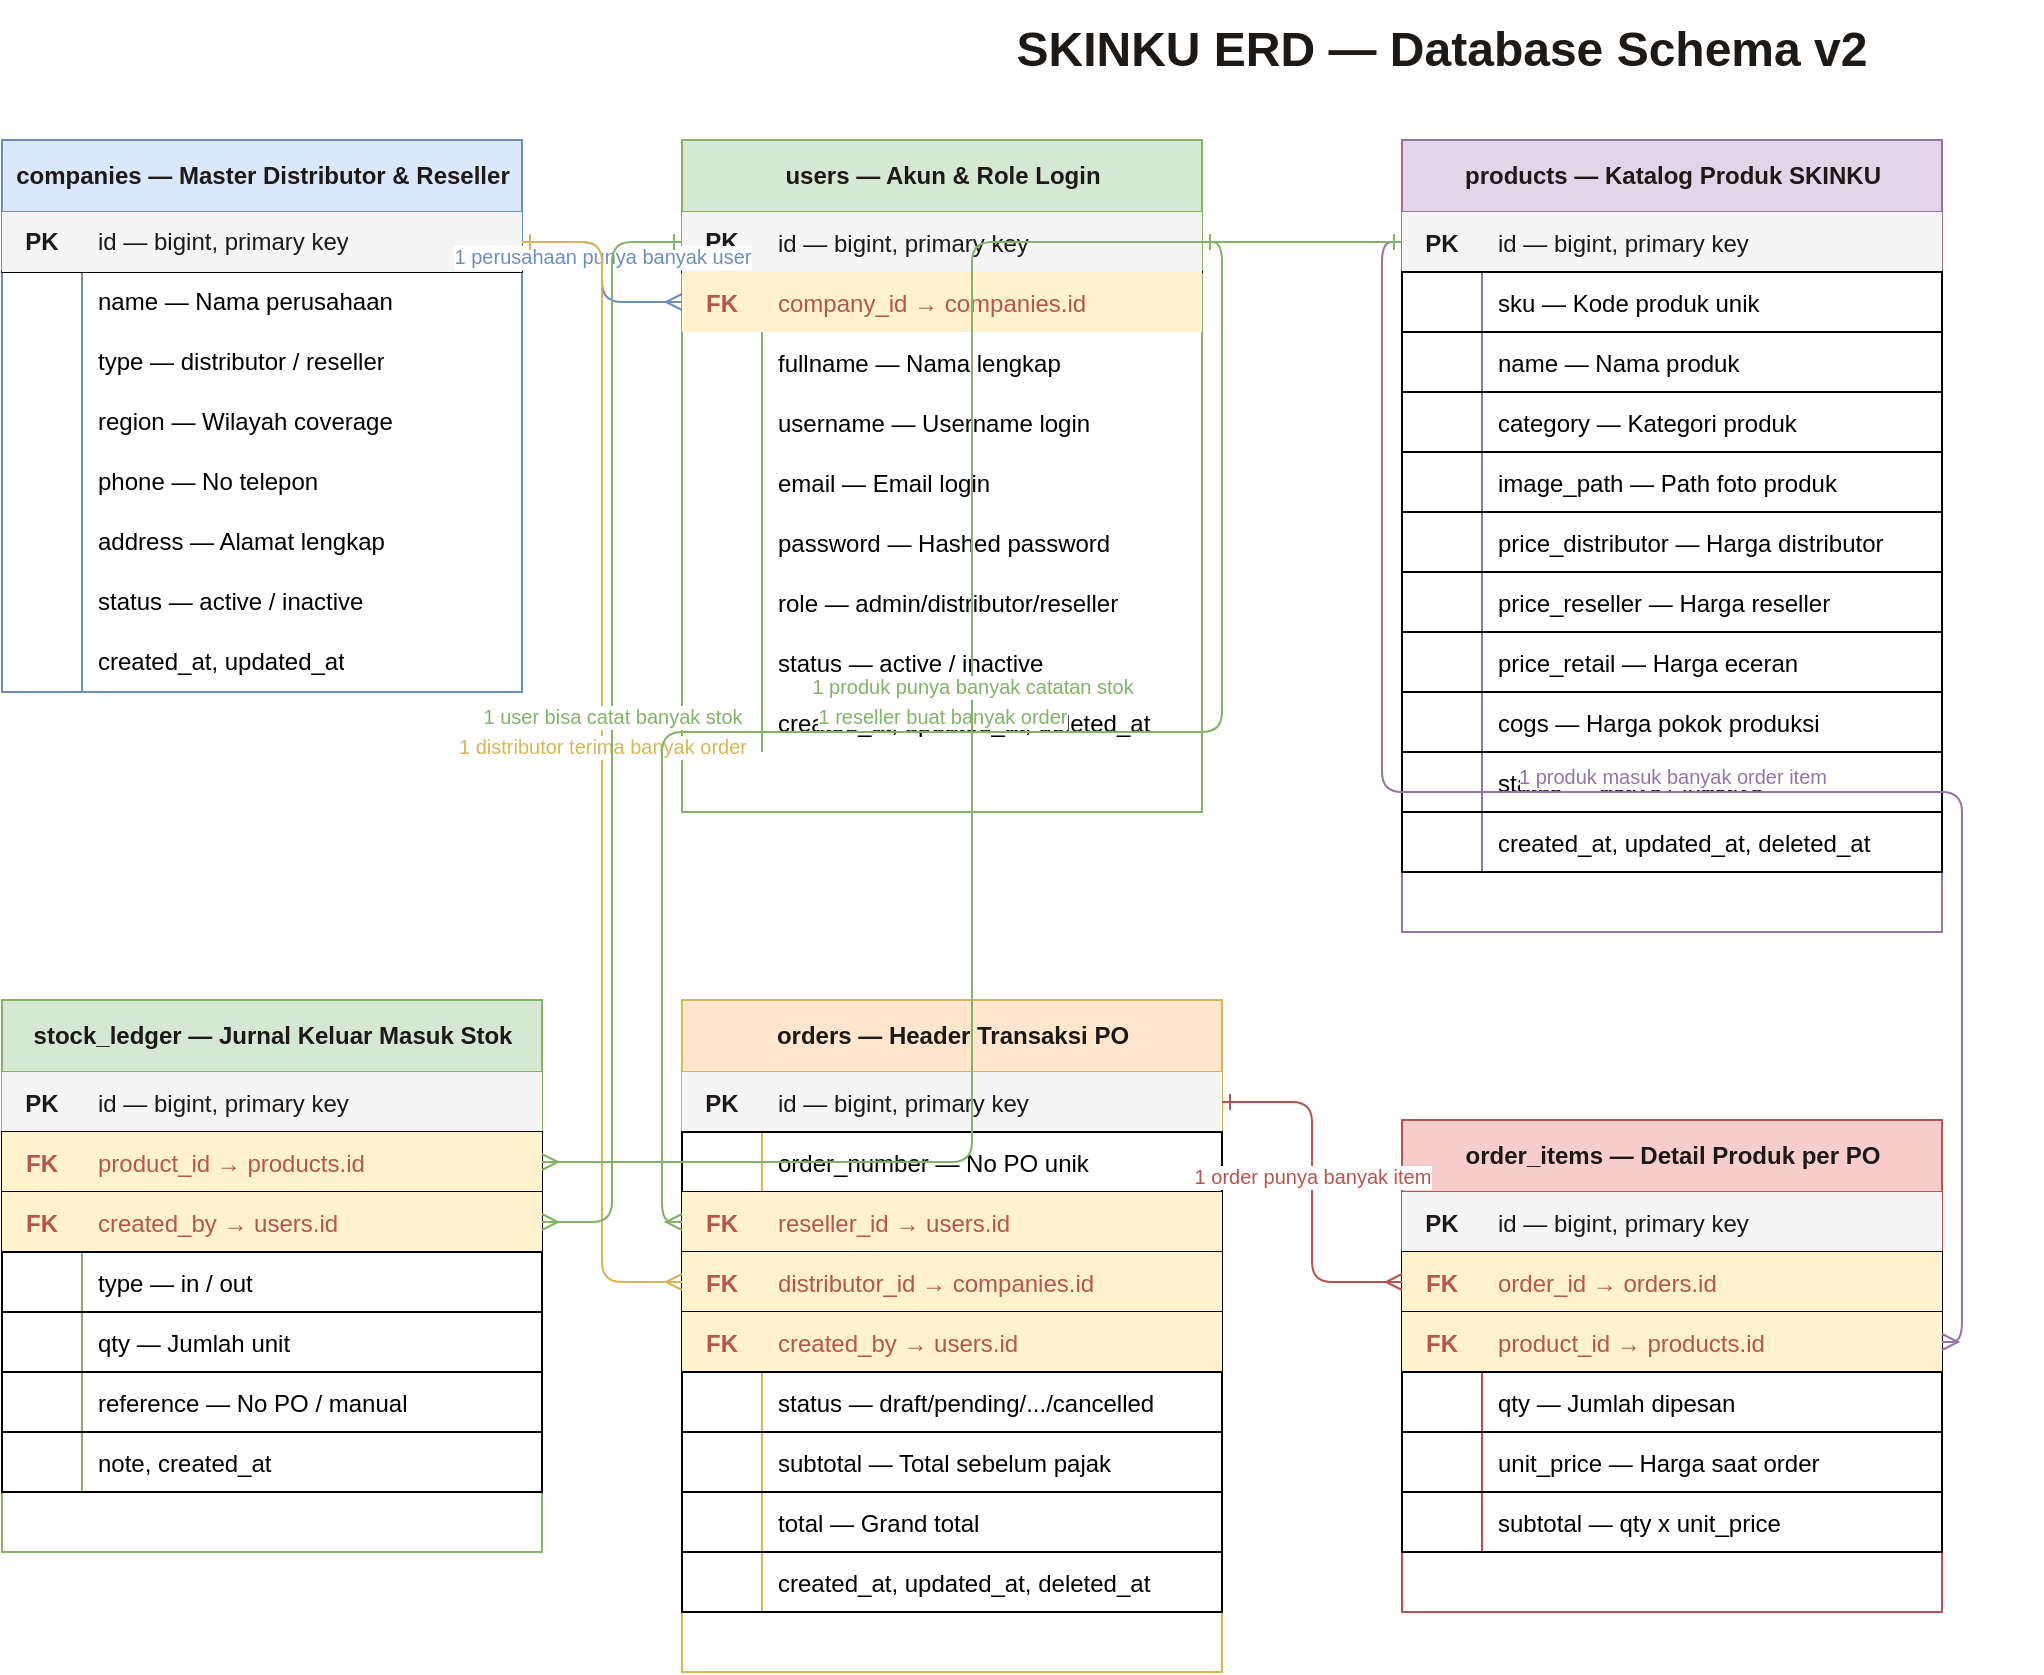
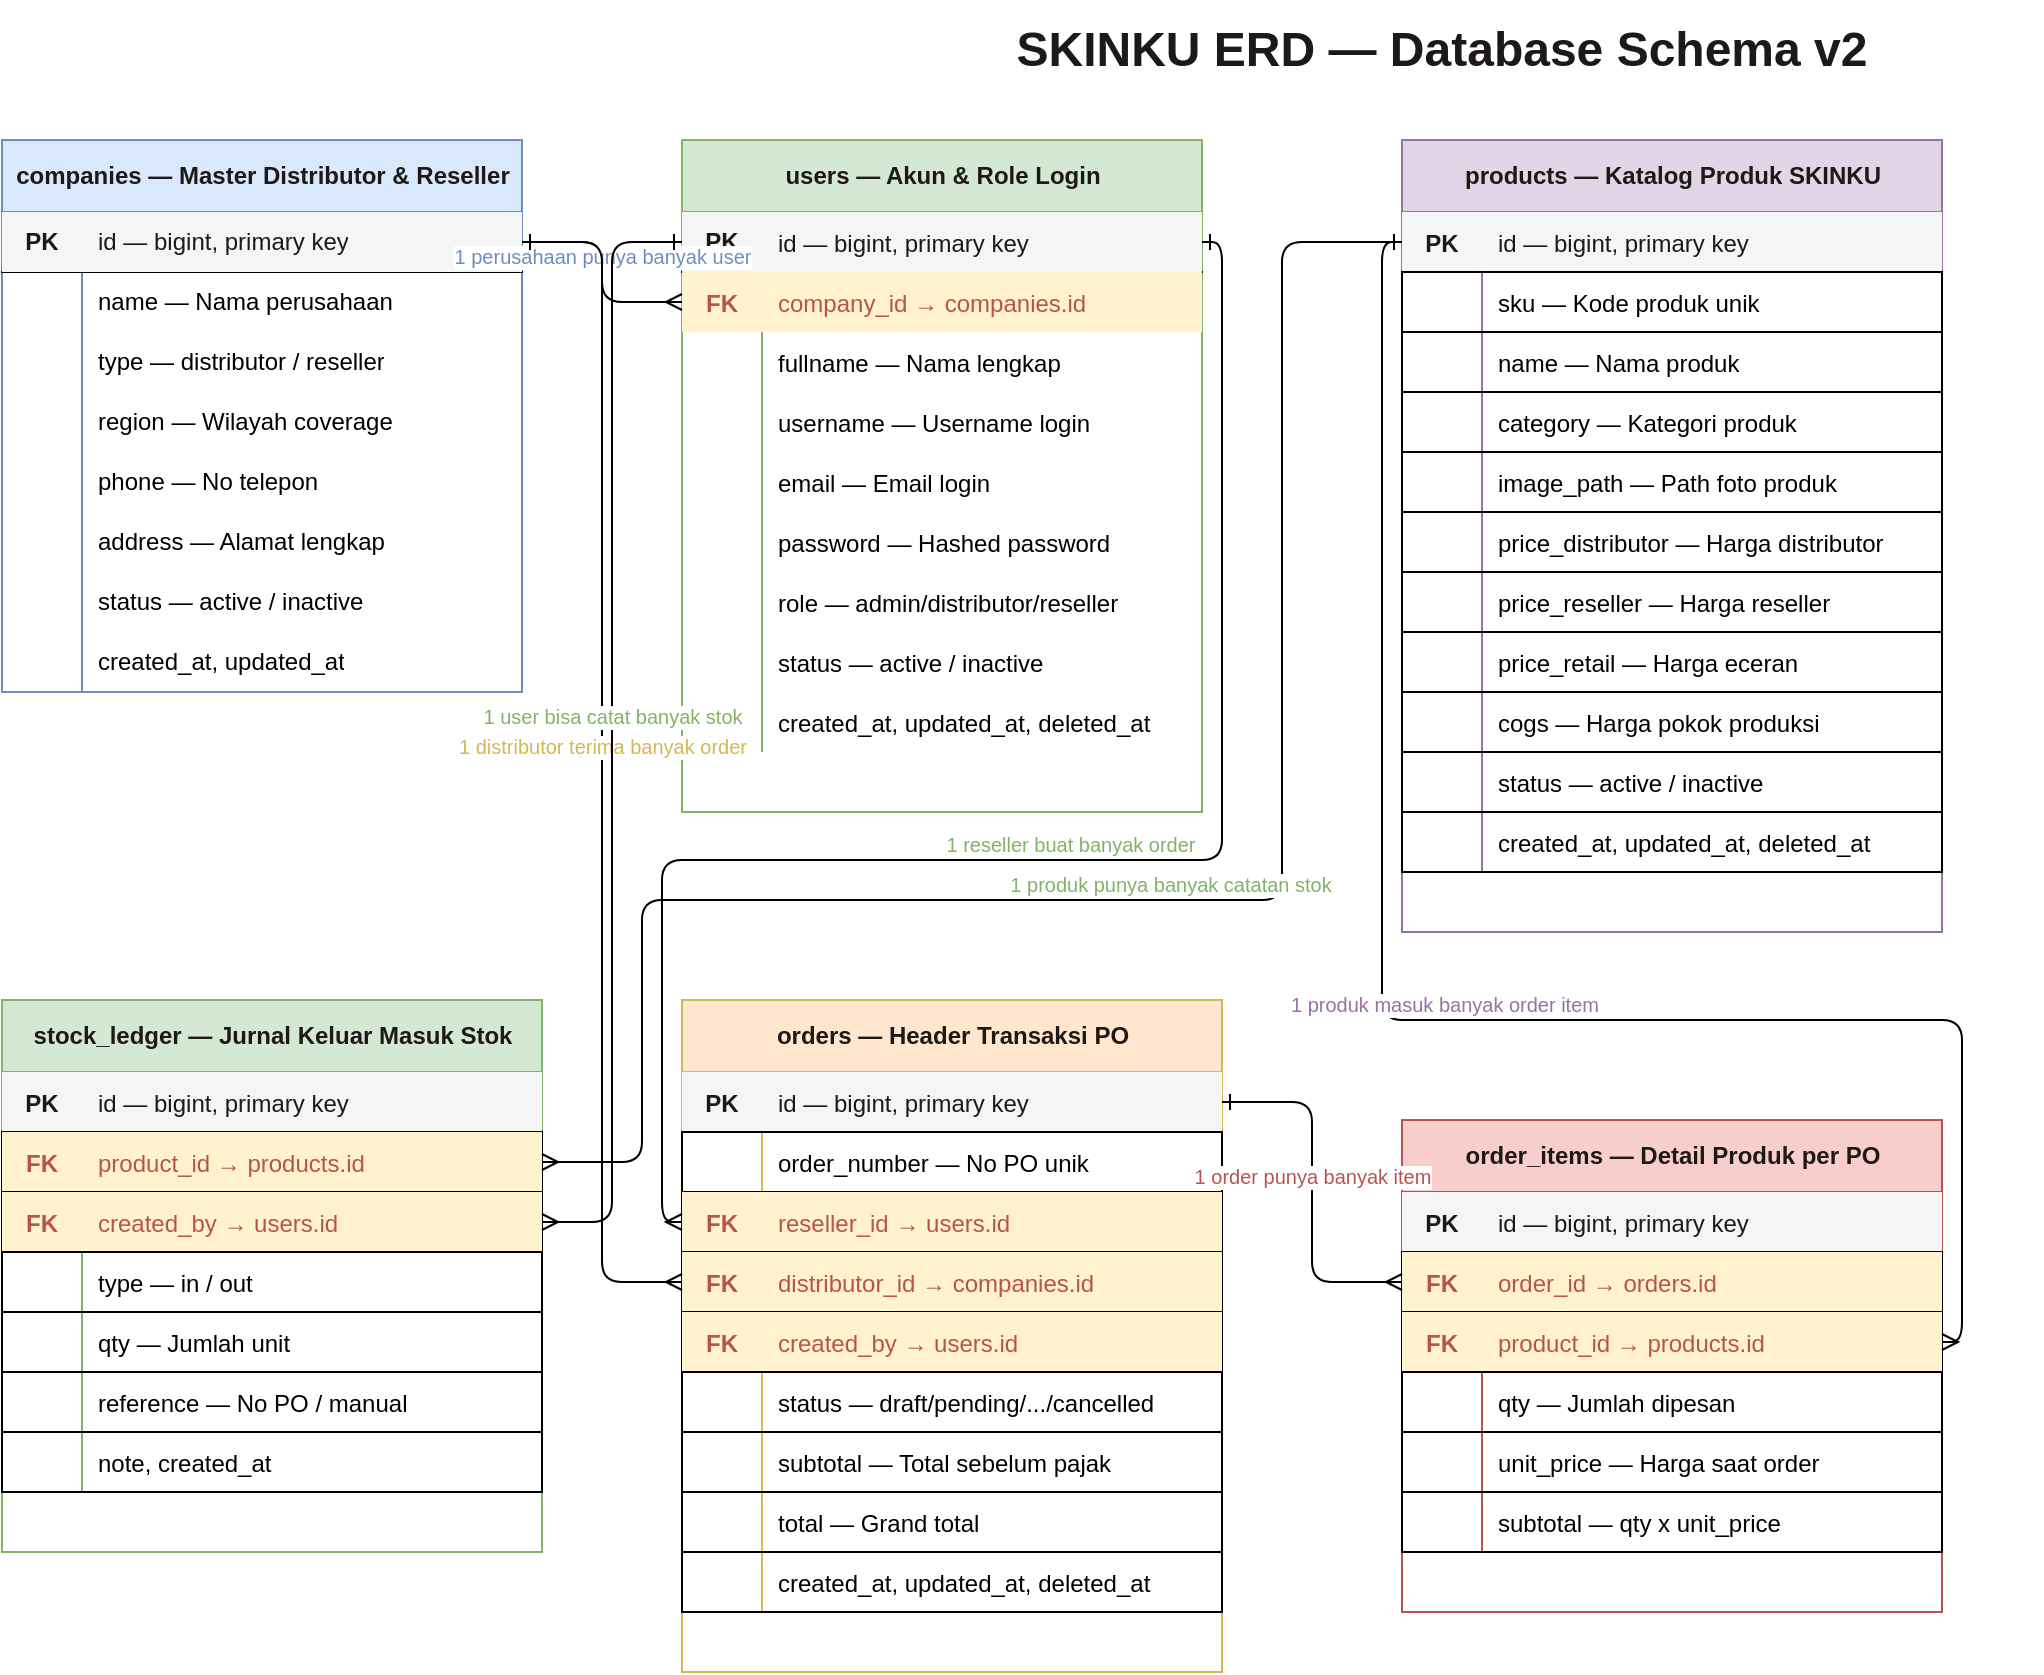
<mxfile host="app.diagrams.net">
  <diagram name="SKINKU ERD v2" id="skinku-erd-v2">
-     <mxGraphModel dx="819" dy="416" grid="1" gridSize="10" guides="1" tooltips="1" connect="1" arrows="1" fold="1" page="1" pageScale="1" pageWidth="1654" pageHeight="1169" math="0" shadow="0">
+     <mxGraphModel dx="691" dy="351" grid="1" gridSize="10" guides="1" tooltips="1" connect="1" arrows="1" fold="1" page="1" pageScale="1" pageWidth="1654" pageHeight="1169" math="0" shadow="0">
      <root>
        <mxCell id="0" />
        <mxCell id="1" parent="0" />
        <mxCell id="title" parent="1" style="text;html=1;strokeColor=none;fillColor=none;align=center;verticalAlign=middle;whiteSpace=wrap;rounded=0;fontSize=24;fontStyle=1;fontColor=#1C1917;" value="SKINKU ERD — Database Schema v2" vertex="1">
          <mxGeometry height="50" width="600" x="480" y="20" as="geometry" />
        </mxCell>
        <mxCell id="tbl_companies" parent="1" style="shape=table;startSize=36;container=1;collapsible=0;childLayout=tableLayout;fixedRows=1;rowLines=0;fontStyle=1;align=center;resizeLast=1;html=1;fillColor=#dae8fc;strokeColor=#6c8ebf;fontColor=#1C1917;fontSize=12;" value="companies — Master Distributor &amp; Reseller" vertex="1">
          <mxGeometry height="276" width="260" x="60" y="90" as="geometry" />
        </mxCell>
        <mxCell id="companies_id" parent="tbl_companies" style="shape=tableRow;horizontal=0;startSize=0;swimlaneHead=0;swimlaneBody=0;fillColor=#f5f5f5;collapsible=0;dropTarget=0;points=[[0,0.5],[1,0.5]];portConstraint=eastwest;top=0;left=0;right=0;bottom=1;" value="" vertex="1">
          <mxGeometry height="30" width="260" y="36" as="geometry" />
        </mxCell>
        <mxCell id="companies_id_pk" parent="companies_id" style="shape=partialRectangle;connectable=0;fillColor=#f5f5f5;top=0;left=0;bottom=0;right=0;fontStyle=1;overflow=hidden;whiteSpace=wrap;html=1;fontColor=#1C1917;" value="PK" vertex="1">
          <mxGeometry height="30" width="40" as="geometry">
            <mxRectangle height="30" width="40" as="alternateBounds" />
          </mxGeometry>
        </mxCell>
        <mxCell id="companies_id_val" parent="companies_id" style="shape=partialRectangle;connectable=0;fillColor=#f5f5f5;top=0;left=0;bottom=0;right=0;align=left;spacingLeft=6;overflow=hidden;whiteSpace=wrap;html=1;fontColor=#1C1917;" value="id — bigint, primary key" vertex="1">
          <mxGeometry height="30" width="220" x="40" as="geometry">
            <mxRectangle height="30" width="220" as="alternateBounds" />
          </mxGeometry>
        </mxCell>
        <mxCell id="companies_name_row" parent="tbl_companies" style="shape=tableRow;horizontal=0;startSize=0;swimlaneHead=0;swimlaneBody=0;fillColor=none;collapsible=0;dropTarget=0;points=[[0,0.5],[1,0.5]];portConstraint=eastwest;top=0;left=0;right=0;bottom=0;" value="" vertex="1">
          <mxGeometry height="30" width="260" y="66" as="geometry" />
        </mxCell>
        <mxCell id="c1" parent="companies_name_row" style="shape=partialRectangle;connectable=0;fillColor=none;top=0;left=0;bottom=0;right=0;overflow=hidden;" value="" vertex="1">
          <mxGeometry height="30" width="40" as="geometry">
            <mxRectangle height="30" width="40" as="alternateBounds" />
          </mxGeometry>
        </mxCell>
        <mxCell id="c2" parent="companies_name_row" style="shape=partialRectangle;connectable=0;fillColor=none;top=0;left=0;bottom=0;right=0;align=left;spacingLeft=6;overflow=hidden;whiteSpace=wrap;html=1;" value="name — Nama perusahaan" vertex="1">
          <mxGeometry height="30" width="220" x="40" as="geometry">
            <mxRectangle height="30" width="220" as="alternateBounds" />
          </mxGeometry>
        </mxCell>
        <mxCell id="companies_type_row" parent="tbl_companies" style="shape=tableRow;horizontal=0;startSize=0;swimlaneHead=0;swimlaneBody=0;fillColor=none;collapsible=0;dropTarget=0;points=[[0,0.5],[1,0.5]];portConstraint=eastwest;top=0;left=0;right=0;bottom=0;" value="" vertex="1">
          <mxGeometry height="30" width="260" y="96" as="geometry" />
        </mxCell>
        <mxCell id="c3" parent="companies_type_row" style="shape=partialRectangle;connectable=0;fillColor=none;top=0;left=0;bottom=0;right=0;overflow=hidden;" value="" vertex="1">
          <mxGeometry height="30" width="40" as="geometry">
            <mxRectangle height="30" width="40" as="alternateBounds" />
          </mxGeometry>
        </mxCell>
        <mxCell id="c4" parent="companies_type_row" style="shape=partialRectangle;connectable=0;fillColor=none;top=0;left=0;bottom=0;right=0;align=left;spacingLeft=6;overflow=hidden;whiteSpace=wrap;html=1;" value="type — distributor / reseller" vertex="1">
          <mxGeometry height="30" width="220" x="40" as="geometry">
            <mxRectangle height="30" width="220" as="alternateBounds" />
          </mxGeometry>
        </mxCell>
        <mxCell id="companies_region_row" parent="tbl_companies" style="shape=tableRow;horizontal=0;startSize=0;swimlaneHead=0;swimlaneBody=0;fillColor=none;collapsible=0;dropTarget=0;points=[[0,0.5],[1,0.5]];portConstraint=eastwest;top=0;left=0;right=0;bottom=0;" value="" vertex="1">
          <mxGeometry height="30" width="260" y="126" as="geometry" />
        </mxCell>
        <mxCell id="c5" parent="companies_region_row" style="shape=partialRectangle;connectable=0;fillColor=none;top=0;left=0;bottom=0;right=0;overflow=hidden;" value="" vertex="1">
          <mxGeometry height="30" width="40" as="geometry">
            <mxRectangle height="30" width="40" as="alternateBounds" />
          </mxGeometry>
        </mxCell>
        <mxCell id="c6" parent="companies_region_row" style="shape=partialRectangle;connectable=0;fillColor=none;top=0;left=0;bottom=0;right=0;align=left;spacingLeft=6;overflow=hidden;whiteSpace=wrap;html=1;" value="region — Wilayah coverage" vertex="1">
          <mxGeometry height="30" width="220" x="40" as="geometry">
            <mxRectangle height="30" width="220" as="alternateBounds" />
          </mxGeometry>
        </mxCell>
        <mxCell id="companies_phone_row" parent="tbl_companies" style="shape=tableRow;horizontal=0;startSize=0;swimlaneHead=0;swimlaneBody=0;fillColor=none;collapsible=0;dropTarget=0;points=[[0,0.5],[1,0.5]];portConstraint=eastwest;top=0;left=0;right=0;bottom=0;" value="" vertex="1">
          <mxGeometry height="30" width="260" y="156" as="geometry" />
        </mxCell>
        <mxCell id="c7" parent="companies_phone_row" style="shape=partialRectangle;connectable=0;fillColor=none;top=0;left=0;bottom=0;right=0;overflow=hidden;" value="" vertex="1">
          <mxGeometry height="30" width="40" as="geometry">
            <mxRectangle height="30" width="40" as="alternateBounds" />
          </mxGeometry>
        </mxCell>
        <mxCell id="c8" parent="companies_phone_row" style="shape=partialRectangle;connectable=0;fillColor=none;top=0;left=0;bottom=0;right=0;align=left;spacingLeft=6;overflow=hidden;whiteSpace=wrap;html=1;" value="phone — No telepon" vertex="1">
          <mxGeometry height="30" width="220" x="40" as="geometry">
            <mxRectangle height="30" width="220" as="alternateBounds" />
          </mxGeometry>
        </mxCell>
        <mxCell id="companies_address_row" parent="tbl_companies" style="shape=tableRow;horizontal=0;startSize=0;swimlaneHead=0;swimlaneBody=0;fillColor=none;collapsible=0;dropTarget=0;points=[[0,0.5],[1,0.5]];portConstraint=eastwest;top=0;left=0;right=0;bottom=0;" value="" vertex="1">
          <mxGeometry height="30" width="260" y="186" as="geometry" />
        </mxCell>
        <mxCell id="c9" parent="companies_address_row" style="shape=partialRectangle;connectable=0;fillColor=none;top=0;left=0;bottom=0;right=0;overflow=hidden;" value="" vertex="1">
          <mxGeometry height="30" width="40" as="geometry">
            <mxRectangle height="30" width="40" as="alternateBounds" />
          </mxGeometry>
        </mxCell>
        <mxCell id="c10" parent="companies_address_row" style="shape=partialRectangle;connectable=0;fillColor=none;top=0;left=0;bottom=0;right=0;align=left;spacingLeft=6;overflow=hidden;whiteSpace=wrap;html=1;" value="address — Alamat lengkap" vertex="1">
          <mxGeometry height="30" width="220" x="40" as="geometry">
            <mxRectangle height="30" width="220" as="alternateBounds" />
          </mxGeometry>
        </mxCell>
        <mxCell id="companies_status_row" parent="tbl_companies" style="shape=tableRow;horizontal=0;startSize=0;swimlaneHead=0;swimlaneBody=0;fillColor=none;collapsible=0;dropTarget=0;points=[[0,0.5],[1,0.5]];portConstraint=eastwest;top=0;left=0;right=0;bottom=0;" value="" vertex="1">
          <mxGeometry height="30" width="260" y="216" as="geometry" />
        </mxCell>
        <mxCell id="c11" parent="companies_status_row" style="shape=partialRectangle;connectable=0;fillColor=none;top=0;left=0;bottom=0;right=0;overflow=hidden;" value="" vertex="1">
          <mxGeometry height="30" width="40" as="geometry">
            <mxRectangle height="30" width="40" as="alternateBounds" />
          </mxGeometry>
        </mxCell>
        <mxCell id="c12" parent="companies_status_row" style="shape=partialRectangle;connectable=0;fillColor=none;top=0;left=0;bottom=0;right=0;align=left;spacingLeft=6;overflow=hidden;whiteSpace=wrap;html=1;" value="status — active / inactive" vertex="1">
          <mxGeometry height="30" width="220" x="40" as="geometry">
            <mxRectangle height="30" width="220" as="alternateBounds" />
          </mxGeometry>
        </mxCell>
        <mxCell id="companies_ts_row" parent="tbl_companies" style="shape=tableRow;horizontal=0;startSize=0;swimlaneHead=0;swimlaneBody=0;fillColor=none;collapsible=0;dropTarget=0;points=[[0,0.5],[1,0.5]];portConstraint=eastwest;top=0;left=0;right=0;bottom=0;" value="" vertex="1">
          <mxGeometry height="30" width="260" y="246" as="geometry" />
        </mxCell>
        <mxCell id="c13" parent="companies_ts_row" style="shape=partialRectangle;connectable=0;fillColor=none;top=0;left=0;bottom=0;right=0;overflow=hidden;" value="" vertex="1">
          <mxGeometry height="30" width="40" as="geometry">
            <mxRectangle height="30" width="40" as="alternateBounds" />
          </mxGeometry>
        </mxCell>
        <mxCell id="c14" parent="companies_ts_row" style="shape=partialRectangle;connectable=0;fillColor=none;top=0;left=0;bottom=0;right=0;align=left;spacingLeft=6;overflow=hidden;whiteSpace=wrap;html=1;" value="created_at, updated_at" vertex="1">
          <mxGeometry height="30" width="220" x="40" as="geometry">
            <mxRectangle height="30" width="220" as="alternateBounds" />
          </mxGeometry>
        </mxCell>
        <mxCell id="tbl_users" parent="1" style="shape=table;startSize=36;container=1;collapsible=0;childLayout=tableLayout;fixedRows=1;rowLines=0;fontStyle=1;align=center;resizeLast=1;html=1;fillColor=#d5e8d4;strokeColor=#82b366;fontColor=#1C1917;fontSize=12;" value="users — Akun &amp; Role Login" vertex="1">
          <mxGeometry height="336" width="260" x="400" y="90" as="geometry" />
        </mxCell>
        <mxCell id="users_id_row" parent="tbl_users" style="shape=tableRow;horizontal=0;startSize=0;swimlaneHead=0;swimlaneBody=0;fillColor=#f5f5f5;collapsible=0;dropTarget=0;points=[[0,0.5],[1,0.5]];portConstraint=eastwest;top=0;left=0;right=0;bottom=1;" value="" vertex="1">
          <mxGeometry height="30" width="260" y="36" as="geometry" />
        </mxCell>
        <mxCell id="u_pk" parent="users_id_row" style="shape=partialRectangle;connectable=0;fillColor=#f5f5f5;top=0;left=0;bottom=0;right=0;fontStyle=1;overflow=hidden;whiteSpace=wrap;html=1;fontColor=#1C1917;" value="PK" vertex="1">
          <mxGeometry height="30" width="40" as="geometry">
            <mxRectangle height="30" width="40" as="alternateBounds" />
          </mxGeometry>
        </mxCell>
        <mxCell id="u_pk_val" parent="users_id_row" style="shape=partialRectangle;connectable=0;fillColor=#f5f5f5;top=0;left=0;bottom=0;right=0;align=left;spacingLeft=6;overflow=hidden;fontColor=#1C1917;" value="id — bigint, primary key" vertex="1">
          <mxGeometry height="30" width="220" x="40" as="geometry">
            <mxRectangle height="30" width="220" as="alternateBounds" />
          </mxGeometry>
        </mxCell>
        <mxCell id="users_cid_row" parent="tbl_users" style="shape=tableRow;horizontal=0;startSize=0;swimlaneHead=0;swimlaneBody=0;fillColor=#fff2cc;collapsible=0;dropTarget=0;points=[[0,0.5],[1,0.5]];portConstraint=eastwest;top=0;left=0;right=0;bottom=0;" value="" vertex="1">
          <mxGeometry height="30" width="260" y="66" as="geometry" />
        </mxCell>
        <mxCell id="u_fk1" parent="users_cid_row" style="shape=partialRectangle;connectable=0;fillColor=#fff2cc;top=0;left=0;bottom=0;right=0;fontStyle=1;overflow=hidden;fontColor=#b85450;" value="FK" vertex="1">
          <mxGeometry height="30" width="40" as="geometry">
            <mxRectangle height="30" width="40" as="alternateBounds" />
          </mxGeometry>
        </mxCell>
        <mxCell id="u_fk1_val" parent="users_cid_row" style="shape=partialRectangle;connectable=0;fillColor=#fff2cc;top=0;left=0;bottom=0;right=0;align=left;spacingLeft=6;overflow=hidden;fontColor=#b85450;" value="company_id → companies.id" vertex="1">
          <mxGeometry height="30" width="220" x="40" as="geometry">
            <mxRectangle height="30" width="220" as="alternateBounds" />
          </mxGeometry>
        </mxCell>
        <mxCell id="u_fn_row" parent="tbl_users" style="shape=tableRow;horizontal=0;startSize=0;swimlaneHead=0;swimlaneBody=0;fillColor=none;collapsible=0;dropTarget=0;points=[[0,0.5],[1,0.5]];portConstraint=eastwest;top=0;left=0;right=0;bottom=0;" value="" vertex="1">
          <mxGeometry height="30" width="260" y="96" as="geometry" />
        </mxCell>
        <mxCell id="uf1" parent="u_fn_row" style="shape=partialRectangle;connectable=0;fillColor=none;top=0;left=0;bottom=0;right=0;overflow=hidden;" value="" vertex="1">
          <mxGeometry height="30" width="40" as="geometry">
            <mxRectangle height="30" width="40" as="alternateBounds" />
          </mxGeometry>
        </mxCell>
        <mxCell id="uf1_val" parent="u_fn_row" style="shape=partialRectangle;connectable=0;fillColor=none;top=0;left=0;bottom=0;right=0;align=left;spacingLeft=6;overflow=hidden;" value="fullname — Nama lengkap" vertex="1">
          <mxGeometry height="30" width="220" x="40" as="geometry">
            <mxRectangle height="30" width="220" as="alternateBounds" />
          </mxGeometry>
        </mxCell>
        <mxCell id="u_un_row" parent="tbl_users" style="shape=tableRow;horizontal=0;startSize=0;swimlaneHead=0;swimlaneBody=0;fillColor=none;collapsible=0;dropTarget=0;points=[[0,0.5],[1,0.5]];portConstraint=eastwest;top=0;left=0;right=0;bottom=0;" value="" vertex="1">
          <mxGeometry height="30" width="260" y="126" as="geometry" />
        </mxCell>
        <mxCell id="uf2" parent="u_un_row" style="shape=partialRectangle;connectable=0;fillColor=none;top=0;left=0;bottom=0;right=0;overflow=hidden;" value="" vertex="1">
          <mxGeometry height="30" width="40" as="geometry">
            <mxRectangle height="30" width="40" as="alternateBounds" />
          </mxGeometry>
        </mxCell>
        <mxCell id="uf2_val" parent="u_un_row" style="shape=partialRectangle;connectable=0;fillColor=none;top=0;left=0;bottom=0;right=0;align=left;spacingLeft=6;overflow=hidden;" value="username — Username login" vertex="1">
          <mxGeometry height="30" width="220" x="40" as="geometry">
            <mxRectangle height="30" width="220" as="alternateBounds" />
          </mxGeometry>
        </mxCell>
        <mxCell id="u_em_row" parent="tbl_users" style="shape=tableRow;horizontal=0;startSize=0;swimlaneHead=0;swimlaneBody=0;fillColor=none;collapsible=0;dropTarget=0;points=[[0,0.5],[1,0.5]];portConstraint=eastwest;top=0;left=0;right=0;bottom=0;" value="" vertex="1">
          <mxGeometry height="30" width="260" y="156" as="geometry" />
        </mxCell>
        <mxCell id="uf3" parent="u_em_row" style="shape=partialRectangle;connectable=0;fillColor=none;top=0;left=0;bottom=0;right=0;overflow=hidden;" value="" vertex="1">
          <mxGeometry height="30" width="40" as="geometry">
            <mxRectangle height="30" width="40" as="alternateBounds" />
          </mxGeometry>
        </mxCell>
        <mxCell id="uf3_val" parent="u_em_row" style="shape=partialRectangle;connectable=0;fillColor=none;top=0;left=0;bottom=0;right=0;align=left;spacingLeft=6;overflow=hidden;" value="email — Email login" vertex="1">
          <mxGeometry height="30" width="220" x="40" as="geometry">
            <mxRectangle height="30" width="220" as="alternateBounds" />
          </mxGeometry>
        </mxCell>
        <mxCell id="u_pw_row" parent="tbl_users" style="shape=tableRow;horizontal=0;startSize=0;swimlaneHead=0;swimlaneBody=0;fillColor=none;collapsible=0;dropTarget=0;points=[[0,0.5],[1,0.5]];portConstraint=eastwest;top=0;left=0;right=0;bottom=0;" value="" vertex="1">
          <mxGeometry height="30" width="260" y="186" as="geometry" />
        </mxCell>
        <mxCell id="uf4" parent="u_pw_row" style="shape=partialRectangle;connectable=0;fillColor=none;top=0;left=0;bottom=0;right=0;overflow=hidden;" value="" vertex="1">
          <mxGeometry height="30" width="40" as="geometry">
            <mxRectangle height="30" width="40" as="alternateBounds" />
          </mxGeometry>
        </mxCell>
        <mxCell id="uf4_val" parent="u_pw_row" style="shape=partialRectangle;connectable=0;fillColor=none;top=0;left=0;bottom=0;right=0;align=left;spacingLeft=6;overflow=hidden;" value="password — Hashed password" vertex="1">
          <mxGeometry height="30" width="220" x="40" as="geometry">
            <mxRectangle height="30" width="220" as="alternateBounds" />
          </mxGeometry>
        </mxCell>
        <mxCell id="u_role_row" parent="tbl_users" style="shape=tableRow;horizontal=0;startSize=0;swimlaneHead=0;swimlaneBody=0;fillColor=none;collapsible=0;dropTarget=0;points=[[0,0.5],[1,0.5]];portConstraint=eastwest;top=0;left=0;right=0;bottom=0;" value="" vertex="1">
          <mxGeometry height="30" width="260" y="216" as="geometry" />
        </mxCell>
        <mxCell id="uf5" parent="u_role_row" style="shape=partialRectangle;connectable=0;fillColor=none;top=0;left=0;bottom=0;right=0;overflow=hidden;" value="" vertex="1">
          <mxGeometry height="30" width="40" as="geometry">
            <mxRectangle height="30" width="40" as="alternateBounds" />
          </mxGeometry>
        </mxCell>
        <mxCell id="uf5_val" parent="u_role_row" style="shape=partialRectangle;connectable=0;fillColor=none;top=0;left=0;bottom=0;right=0;align=left;spacingLeft=6;overflow=hidden;" value="role — admin/distributor/reseller" vertex="1">
          <mxGeometry height="30" width="220" x="40" as="geometry">
            <mxRectangle height="30" width="220" as="alternateBounds" />
          </mxGeometry>
        </mxCell>
        <mxCell id="u_status_row" parent="tbl_users" style="shape=tableRow;horizontal=0;startSize=0;swimlaneHead=0;swimlaneBody=0;fillColor=none;collapsible=0;dropTarget=0;points=[[0,0.5],[1,0.5]];portConstraint=eastwest;top=0;left=0;right=0;bottom=0;" value="" vertex="1">
          <mxGeometry height="30" width="260" y="246" as="geometry" />
        </mxCell>
        <mxCell id="uf6" parent="u_status_row" style="shape=partialRectangle;connectable=0;fillColor=none;top=0;left=0;bottom=0;right=0;overflow=hidden;" value="" vertex="1">
          <mxGeometry height="30" width="40" as="geometry">
            <mxRectangle height="30" width="40" as="alternateBounds" />
          </mxGeometry>
        </mxCell>
        <mxCell id="uf6_val" parent="u_status_row" style="shape=partialRectangle;connectable=0;fillColor=none;top=0;left=0;bottom=0;right=0;align=left;spacingLeft=6;overflow=hidden;" value="status — active / inactive" vertex="1">
          <mxGeometry height="30" width="220" x="40" as="geometry">
            <mxRectangle height="30" width="220" as="alternateBounds" />
          </mxGeometry>
        </mxCell>
        <mxCell id="u_ts_row" parent="tbl_users" style="shape=tableRow;horizontal=0;startSize=0;swimlaneHead=0;swimlaneBody=0;fillColor=none;collapsible=0;dropTarget=0;points=[[0,0.5],[1,0.5]];portConstraint=eastwest;top=0;left=0;right=0;bottom=0;" value="" vertex="1">
          <mxGeometry height="30" width="260" y="276" as="geometry" />
        </mxCell>
        <mxCell id="uf7" parent="u_ts_row" style="shape=partialRectangle;connectable=0;fillColor=none;top=0;left=0;bottom=0;right=0;overflow=hidden;" value="" vertex="1">
          <mxGeometry height="30" width="40" as="geometry">
            <mxRectangle height="30" width="40" as="alternateBounds" />
          </mxGeometry>
        </mxCell>
        <mxCell id="uf7_val" parent="u_ts_row" style="shape=partialRectangle;connectable=0;fillColor=none;top=0;left=0;bottom=0;right=0;align=left;spacingLeft=6;overflow=hidden;" value="created_at, updated_at, deleted_at" vertex="1">
          <mxGeometry height="30" width="220" x="40" as="geometry">
            <mxRectangle height="30" width="220" as="alternateBounds" />
          </mxGeometry>
        </mxCell>
        <mxCell id="tbl_products" parent="1" style="shape=table;startSize=36;container=1;collapsible=0;childLayout=tableLayout;fixedRows=1;rowLines=0;fontStyle=1;align=center;resizeLast=1;html=1;fillColor=#e1d5e7;strokeColor=#9673a6;fontColor=#1C1917;fontSize=12;" value="products — Katalog Produk SKINKU" vertex="1">
          <mxGeometry height="396" width="270" x="760" y="90" as="geometry" />
        </mxCell>
        <mxCell id="prod_id_row" parent="tbl_products" style="shape=tableRow;horizontal=0;startSize=0;swimlaneHead=0;swimlaneBody=0;fillColor=#f5f5f5;collapsible=0;dropTarget=0;points=[[0,0.5],[1,0.5]];portConstraint=eastwest;top=0;left=0;right=0;bottom=1;" value="" vertex="1">
          <mxGeometry height="30" width="270" y="36" as="geometry" />
        </mxCell>
        <mxCell id="prod_pk" parent="prod_id_row" style="shape=partialRectangle;connectable=0;fillColor=#f5f5f5;top=0;left=0;bottom=0;right=0;fontStyle=1;overflow=hidden;fontColor=#1C1917;" value="PK" vertex="1">
          <mxGeometry height="30" width="40" as="geometry">
            <mxRectangle height="30" width="40" as="alternateBounds" />
          </mxGeometry>
        </mxCell>
        <mxCell id="prod_pk_val" parent="prod_id_row" style="shape=partialRectangle;connectable=0;fillColor=#f5f5f5;top=0;left=0;bottom=0;right=0;align=left;spacingLeft=6;overflow=hidden;fontColor=#1C1917;" value="id — bigint, primary key" vertex="1">
          <mxGeometry height="30" width="230" x="40" as="geometry">
            <mxRectangle height="30" width="230" as="alternateBounds" />
          </mxGeometry>
        </mxCell>
        <mxCell id="pr1" parent="tbl_products" style="shape=tableRow;horizontal=0;startSize=0;swimlaneHead=0;swimlaneBody=0;fillColor=none;collapsible=0;dropTarget=0;points=[[0,0.5],[1,0.5]];portConstraint=eastwest;" value="" vertex="1">
          <mxGeometry height="30" width="270" y="66" as="geometry" />
        </mxCell>
        <mxCell id="pr1a" parent="pr1" style="shape=partialRectangle;connectable=0;fillColor=none;top=0;left=0;bottom=0;right=0;overflow=hidden;" value="" vertex="1">
          <mxGeometry height="30" width="40" as="geometry">
            <mxRectangle height="30" width="40" as="alternateBounds" />
          </mxGeometry>
        </mxCell>
        <mxCell id="pr1b" parent="pr1" style="shape=partialRectangle;connectable=0;fillColor=none;top=0;left=0;bottom=0;right=0;align=left;spacingLeft=6;overflow=hidden;" value="sku — Kode produk unik" vertex="1">
          <mxGeometry height="30" width="230" x="40" as="geometry">
            <mxRectangle height="30" width="230" as="alternateBounds" />
          </mxGeometry>
        </mxCell>
        <mxCell id="pr2" parent="tbl_products" style="shape=tableRow;horizontal=0;startSize=0;swimlaneHead=0;swimlaneBody=0;fillColor=none;collapsible=0;dropTarget=0;points=[[0,0.5],[1,0.5]];portConstraint=eastwest;" value="" vertex="1">
          <mxGeometry height="30" width="270" y="96" as="geometry" />
        </mxCell>
        <mxCell id="pr2a" parent="pr2" style="shape=partialRectangle;connectable=0;fillColor=none;top=0;left=0;bottom=0;right=0;overflow=hidden;" value="" vertex="1">
          <mxGeometry height="30" width="40" as="geometry">
            <mxRectangle height="30" width="40" as="alternateBounds" />
          </mxGeometry>
        </mxCell>
        <mxCell id="pr2b" parent="pr2" style="shape=partialRectangle;connectable=0;fillColor=none;top=0;left=0;bottom=0;right=0;align=left;spacingLeft=6;overflow=hidden;" value="name — Nama produk" vertex="1">
          <mxGeometry height="30" width="230" x="40" as="geometry">
            <mxRectangle height="30" width="230" as="alternateBounds" />
          </mxGeometry>
        </mxCell>
        <mxCell id="pr3" parent="tbl_products" style="shape=tableRow;horizontal=0;startSize=0;swimlaneHead=0;swimlaneBody=0;fillColor=none;collapsible=0;dropTarget=0;points=[[0,0.5],[1,0.5]];portConstraint=eastwest;" value="" vertex="1">
          <mxGeometry height="30" width="270" y="126" as="geometry" />
        </mxCell>
        <mxCell id="pr3a" parent="pr3" style="shape=partialRectangle;connectable=0;fillColor=none;top=0;left=0;bottom=0;right=0;overflow=hidden;" value="" vertex="1">
          <mxGeometry height="30" width="40" as="geometry">
            <mxRectangle height="30" width="40" as="alternateBounds" />
          </mxGeometry>
        </mxCell>
        <mxCell id="pr3b" parent="pr3" style="shape=partialRectangle;connectable=0;fillColor=none;top=0;left=0;bottom=0;right=0;align=left;spacingLeft=6;overflow=hidden;" value="category — Kategori produk" vertex="1">
          <mxGeometry height="30" width="230" x="40" as="geometry">
            <mxRectangle height="30" width="230" as="alternateBounds" />
          </mxGeometry>
        </mxCell>
        <mxCell id="pr4" parent="tbl_products" style="shape=tableRow;horizontal=0;startSize=0;swimlaneHead=0;swimlaneBody=0;fillColor=none;collapsible=0;dropTarget=0;points=[[0,0.5],[1,0.5]];portConstraint=eastwest;" value="" vertex="1">
          <mxGeometry height="30" width="270" y="156" as="geometry" />
        </mxCell>
        <mxCell id="pr4a" parent="pr4" style="shape=partialRectangle;connectable=0;fillColor=none;top=0;left=0;bottom=0;right=0;overflow=hidden;" value="" vertex="1">
          <mxGeometry height="30" width="40" as="geometry">
            <mxRectangle height="30" width="40" as="alternateBounds" />
          </mxGeometry>
        </mxCell>
        <mxCell id="pr4b" parent="pr4" style="shape=partialRectangle;connectable=0;fillColor=none;top=0;left=0;bottom=0;right=0;align=left;spacingLeft=6;overflow=hidden;" value="image_path — Path foto produk" vertex="1">
          <mxGeometry height="30" width="230" x="40" as="geometry">
            <mxRectangle height="30" width="230" as="alternateBounds" />
          </mxGeometry>
        </mxCell>
        <mxCell id="pr5" parent="tbl_products" style="shape=tableRow;horizontal=0;startSize=0;swimlaneHead=0;swimlaneBody=0;fillColor=none;collapsible=0;dropTarget=0;points=[[0,0.5],[1,0.5]];portConstraint=eastwest;" value="" vertex="1">
          <mxGeometry height="30" width="270" y="186" as="geometry" />
        </mxCell>
        <mxCell id="pr5a" parent="pr5" style="shape=partialRectangle;connectable=0;fillColor=none;top=0;left=0;bottom=0;right=0;overflow=hidden;" value="" vertex="1">
          <mxGeometry height="30" width="40" as="geometry">
            <mxRectangle height="30" width="40" as="alternateBounds" />
          </mxGeometry>
        </mxCell>
        <mxCell id="pr5b" parent="pr5" style="shape=partialRectangle;connectable=0;fillColor=none;top=0;left=0;bottom=0;right=0;align=left;spacingLeft=6;overflow=hidden;" value="price_distributor — Harga distributor" vertex="1">
          <mxGeometry height="30" width="230" x="40" as="geometry">
            <mxRectangle height="30" width="230" as="alternateBounds" />
          </mxGeometry>
        </mxCell>
        <mxCell id="pr6" parent="tbl_products" style="shape=tableRow;horizontal=0;startSize=0;swimlaneHead=0;swimlaneBody=0;fillColor=none;collapsible=0;dropTarget=0;points=[[0,0.5],[1,0.5]];portConstraint=eastwest;" value="" vertex="1">
          <mxGeometry height="30" width="270" y="216" as="geometry" />
        </mxCell>
        <mxCell id="pr6a" parent="pr6" style="shape=partialRectangle;connectable=0;fillColor=none;top=0;left=0;bottom=0;right=0;overflow=hidden;" value="" vertex="1">
          <mxGeometry height="30" width="40" as="geometry">
            <mxRectangle height="30" width="40" as="alternateBounds" />
          </mxGeometry>
        </mxCell>
        <mxCell id="pr6b" parent="pr6" style="shape=partialRectangle;connectable=0;fillColor=none;top=0;left=0;bottom=0;right=0;align=left;spacingLeft=6;overflow=hidden;" value="price_reseller — Harga reseller" vertex="1">
          <mxGeometry height="30" width="230" x="40" as="geometry">
            <mxRectangle height="30" width="230" as="alternateBounds" />
          </mxGeometry>
        </mxCell>
        <mxCell id="pr7" parent="tbl_products" style="shape=tableRow;horizontal=0;startSize=0;swimlaneHead=0;swimlaneBody=0;fillColor=none;collapsible=0;dropTarget=0;points=[[0,0.5],[1,0.5]];portConstraint=eastwest;" value="" vertex="1">
          <mxGeometry height="30" width="270" y="246" as="geometry" />
        </mxCell>
        <mxCell id="pr7a" parent="pr7" style="shape=partialRectangle;connectable=0;fillColor=none;top=0;left=0;bottom=0;right=0;overflow=hidden;" value="" vertex="1">
          <mxGeometry height="30" width="40" as="geometry">
            <mxRectangle height="30" width="40" as="alternateBounds" />
          </mxGeometry>
        </mxCell>
        <mxCell id="pr7b" parent="pr7" style="shape=partialRectangle;connectable=0;fillColor=none;top=0;left=0;bottom=0;right=0;align=left;spacingLeft=6;overflow=hidden;" value="price_retail — Harga eceran" vertex="1">
          <mxGeometry height="30" width="230" x="40" as="geometry">
            <mxRectangle height="30" width="230" as="alternateBounds" />
          </mxGeometry>
        </mxCell>
        <mxCell id="pr8" parent="tbl_products" style="shape=tableRow;horizontal=0;startSize=0;swimlaneHead=0;swimlaneBody=0;fillColor=none;collapsible=0;dropTarget=0;points=[[0,0.5],[1,0.5]];portConstraint=eastwest;" value="" vertex="1">
          <mxGeometry height="30" width="270" y="276" as="geometry" />
        </mxCell>
        <mxCell id="pr8a" parent="pr8" style="shape=partialRectangle;connectable=0;fillColor=none;top=0;left=0;bottom=0;right=0;overflow=hidden;" value="" vertex="1">
          <mxGeometry height="30" width="40" as="geometry">
            <mxRectangle height="30" width="40" as="alternateBounds" />
          </mxGeometry>
        </mxCell>
        <mxCell id="pr8b" parent="pr8" style="shape=partialRectangle;connectable=0;fillColor=none;top=0;left=0;bottom=0;right=0;align=left;spacingLeft=6;overflow=hidden;" value="cogs — Harga pokok produksi" vertex="1">
          <mxGeometry height="30" width="230" x="40" as="geometry">
            <mxRectangle height="30" width="230" as="alternateBounds" />
          </mxGeometry>
        </mxCell>
        <mxCell id="pr9" parent="tbl_products" style="shape=tableRow;horizontal=0;startSize=0;swimlaneHead=0;swimlaneBody=0;fillColor=none;collapsible=0;dropTarget=0;points=[[0,0.5],[1,0.5]];portConstraint=eastwest;" value="" vertex="1">
          <mxGeometry height="30" width="270" y="306" as="geometry" />
        </mxCell>
        <mxCell id="pr9a" parent="pr9" style="shape=partialRectangle;connectable=0;fillColor=none;top=0;left=0;bottom=0;right=0;overflow=hidden;" value="" vertex="1">
          <mxGeometry height="30" width="40" as="geometry">
            <mxRectangle height="30" width="40" as="alternateBounds" />
          </mxGeometry>
        </mxCell>
        <mxCell id="pr9b" parent="pr9" style="shape=partialRectangle;connectable=0;fillColor=none;top=0;left=0;bottom=0;right=0;align=left;spacingLeft=6;overflow=hidden;" value="status — active / inactive" vertex="1">
          <mxGeometry height="30" width="230" x="40" as="geometry">
            <mxRectangle height="30" width="230" as="alternateBounds" />
          </mxGeometry>
        </mxCell>
        <mxCell id="pr10" parent="tbl_products" style="shape=tableRow;horizontal=0;startSize=0;swimlaneHead=0;swimlaneBody=0;fillColor=none;collapsible=0;dropTarget=0;points=[[0,0.5],[1,0.5]];portConstraint=eastwest;" value="" vertex="1">
          <mxGeometry height="30" width="270" y="336" as="geometry" />
        </mxCell>
        <mxCell id="pr10a" parent="pr10" style="shape=partialRectangle;connectable=0;fillColor=none;top=0;left=0;bottom=0;right=0;overflow=hidden;" value="" vertex="1">
          <mxGeometry height="30" width="40" as="geometry">
            <mxRectangle height="30" width="40" as="alternateBounds" />
          </mxGeometry>
        </mxCell>
        <mxCell id="pr10b" parent="pr10" style="shape=partialRectangle;connectable=0;fillColor=none;top=0;left=0;bottom=0;right=0;align=left;spacingLeft=6;overflow=hidden;" value="created_at, updated_at, deleted_at" vertex="1">
          <mxGeometry height="30" width="230" x="40" as="geometry">
            <mxRectangle height="30" width="230" as="alternateBounds" />
          </mxGeometry>
        </mxCell>
        <mxCell id="tbl_orders" parent="1" style="shape=table;startSize=36;container=1;collapsible=0;childLayout=tableLayout;fixedRows=1;rowLines=0;fontStyle=1;align=center;resizeLast=1;html=1;fillColor=#ffe6cc;strokeColor=#d6b656;fontColor=#1C1917;fontSize=12;" value="orders — Header Transaksi PO" vertex="1">
          <mxGeometry height="336" width="270" x="400" y="520" as="geometry" />
        </mxCell>
        <mxCell id="ord_id_row" parent="tbl_orders" style="shape=tableRow;horizontal=0;startSize=0;swimlaneHead=0;swimlaneBody=0;fillColor=#f5f5f5;collapsible=0;dropTarget=0;points=[[0,0.5],[1,0.5]];portConstraint=eastwest;top=0;left=0;right=0;bottom=1;" value="" vertex="1">
          <mxGeometry height="30" width="270" y="36" as="geometry" />
        </mxCell>
        <mxCell id="ord_pk" parent="ord_id_row" style="shape=partialRectangle;connectable=0;fillColor=#f5f5f5;top=0;left=0;bottom=0;right=0;fontStyle=1;overflow=hidden;fontColor=#1C1917;" value="PK" vertex="1">
          <mxGeometry height="30" width="40" as="geometry">
            <mxRectangle height="30" width="40" as="alternateBounds" />
          </mxGeometry>
        </mxCell>
        <mxCell id="ord_pk_val" parent="ord_id_row" style="shape=partialRectangle;connectable=0;fillColor=#f5f5f5;top=0;left=0;bottom=0;right=0;align=left;spacingLeft=6;overflow=hidden;fontColor=#1C1917;" value="id — bigint, primary key" vertex="1">
          <mxGeometry height="30" width="230" x="40" as="geometry">
            <mxRectangle height="30" width="230" as="alternateBounds" />
          </mxGeometry>
        </mxCell>
        <mxCell id="ord_on_row" parent="tbl_orders" style="shape=tableRow;horizontal=0;startSize=0;swimlaneHead=0;swimlaneBody=0;fillColor=none;collapsible=0;dropTarget=0;points=[[0,0.5],[1,0.5]];portConstraint=eastwest;" value="" vertex="1">
          <mxGeometry height="30" width="270" y="66" as="geometry" />
        </mxCell>
        <mxCell id="oo1" parent="ord_on_row" style="shape=partialRectangle;connectable=0;fillColor=none;top=0;left=0;bottom=0;right=0;overflow=hidden;" value="" vertex="1">
          <mxGeometry height="30" width="40" as="geometry">
            <mxRectangle height="30" width="40" as="alternateBounds" />
          </mxGeometry>
        </mxCell>
        <mxCell id="oo1b" parent="ord_on_row" style="shape=partialRectangle;connectable=0;fillColor=none;top=0;left=0;bottom=0;right=0;align=left;spacingLeft=6;overflow=hidden;" value="order_number — No PO unik" vertex="1">
          <mxGeometry height="30" width="230" x="40" as="geometry">
            <mxRectangle height="30" width="230" as="alternateBounds" />
          </mxGeometry>
        </mxCell>
        <mxCell id="ord_rid_row" parent="tbl_orders" style="shape=tableRow;horizontal=0;startSize=0;swimlaneHead=0;swimlaneBody=0;fillColor=#fff2cc;collapsible=0;dropTarget=0;points=[[0,0.5],[1,0.5]];portConstraint=eastwest;" value="" vertex="1">
          <mxGeometry height="30" width="270" y="96" as="geometry" />
        </mxCell>
        <mxCell id="ofk1" parent="ord_rid_row" style="shape=partialRectangle;connectable=0;fillColor=#fff2cc;top=0;left=0;bottom=0;right=0;fontStyle=1;overflow=hidden;fontColor=#b85450;" value="FK" vertex="1">
          <mxGeometry height="30" width="40" as="geometry">
            <mxRectangle height="30" width="40" as="alternateBounds" />
          </mxGeometry>
        </mxCell>
        <mxCell id="ofk1b" parent="ord_rid_row" style="shape=partialRectangle;connectable=0;fillColor=#fff2cc;top=0;left=0;bottom=0;right=0;align=left;spacingLeft=6;overflow=hidden;fontColor=#b85450;" value="reseller_id → users.id" vertex="1">
          <mxGeometry height="30" width="230" x="40" as="geometry">
            <mxRectangle height="30" width="230" as="alternateBounds" />
          </mxGeometry>
        </mxCell>
        <mxCell id="ord_did_row" parent="tbl_orders" style="shape=tableRow;horizontal=0;startSize=0;swimlaneHead=0;swimlaneBody=0;fillColor=#fff2cc;collapsible=0;dropTarget=0;points=[[0,0.5],[1,0.5]];portConstraint=eastwest;" value="" vertex="1">
          <mxGeometry height="30" width="270" y="126" as="geometry" />
        </mxCell>
        <mxCell id="ofk2" parent="ord_did_row" style="shape=partialRectangle;connectable=0;fillColor=#fff2cc;top=0;left=0;bottom=0;right=0;fontStyle=1;overflow=hidden;fontColor=#b85450;" value="FK" vertex="1">
          <mxGeometry height="30" width="40" as="geometry">
            <mxRectangle height="30" width="40" as="alternateBounds" />
          </mxGeometry>
        </mxCell>
        <mxCell id="ofk2b" parent="ord_did_row" style="shape=partialRectangle;connectable=0;fillColor=#fff2cc;top=0;left=0;bottom=0;right=0;align=left;spacingLeft=6;overflow=hidden;fontColor=#b85450;" value="distributor_id → companies.id" vertex="1">
          <mxGeometry height="30" width="230" x="40" as="geometry">
            <mxRectangle height="30" width="230" as="alternateBounds" />
          </mxGeometry>
        </mxCell>
        <mxCell id="ord_cb_row" parent="tbl_orders" style="shape=tableRow;horizontal=0;startSize=0;swimlaneHead=0;swimlaneBody=0;fillColor=#fff2cc;collapsible=0;dropTarget=0;points=[[0,0.5],[1,0.5]];portConstraint=eastwest;" value="" vertex="1">
          <mxGeometry height="30" width="270" y="156" as="geometry" />
        </mxCell>
        <mxCell id="ofk3" parent="ord_cb_row" style="shape=partialRectangle;connectable=0;fillColor=#fff2cc;top=0;left=0;bottom=0;right=0;fontStyle=1;overflow=hidden;fontColor=#b85450;" value="FK" vertex="1">
          <mxGeometry height="30" width="40" as="geometry">
            <mxRectangle height="30" width="40" as="alternateBounds" />
          </mxGeometry>
        </mxCell>
        <mxCell id="ofk3b" parent="ord_cb_row" style="shape=partialRectangle;connectable=0;fillColor=#fff2cc;top=0;left=0;bottom=0;right=0;align=left;spacingLeft=6;overflow=hidden;fontColor=#b85450;" value="created_by → users.id" vertex="1">
          <mxGeometry height="30" width="230" x="40" as="geometry">
            <mxRectangle height="30" width="230" as="alternateBounds" />
          </mxGeometry>
        </mxCell>
        <mxCell id="ord_st_row" parent="tbl_orders" style="shape=tableRow;horizontal=0;startSize=0;swimlaneHead=0;swimlaneBody=0;fillColor=none;collapsible=0;dropTarget=0;points=[[0,0.5],[1,0.5]];portConstraint=eastwest;" value="" vertex="1">
          <mxGeometry height="30" width="270" y="186" as="geometry" />
        </mxCell>
        <mxCell id="os1" parent="ord_st_row" style="shape=partialRectangle;connectable=0;fillColor=none;top=0;left=0;bottom=0;right=0;overflow=hidden;" value="" vertex="1">
          <mxGeometry height="30" width="40" as="geometry">
            <mxRectangle height="30" width="40" as="alternateBounds" />
          </mxGeometry>
        </mxCell>
        <mxCell id="os1b" parent="ord_st_row" style="shape=partialRectangle;connectable=0;fillColor=none;top=0;left=0;bottom=0;right=0;align=left;spacingLeft=6;overflow=hidden;" value="status — draft/pending/.../cancelled" vertex="1">
          <mxGeometry height="30" width="230" x="40" as="geometry">
            <mxRectangle height="30" width="230" as="alternateBounds" />
          </mxGeometry>
        </mxCell>
        <mxCell id="ord_sub_row" parent="tbl_orders" style="shape=tableRow;horizontal=0;startSize=0;swimlaneHead=0;swimlaneBody=0;fillColor=none;collapsible=0;dropTarget=0;points=[[0,0.5],[1,0.5]];portConstraint=eastwest;" value="" vertex="1">
          <mxGeometry height="30" width="270" y="216" as="geometry" />
        </mxCell>
        <mxCell id="os2" parent="ord_sub_row" style="shape=partialRectangle;connectable=0;fillColor=none;top=0;left=0;bottom=0;right=0;overflow=hidden;" value="" vertex="1">
          <mxGeometry height="30" width="40" as="geometry">
            <mxRectangle height="30" width="40" as="alternateBounds" />
          </mxGeometry>
        </mxCell>
        <mxCell id="os2b" parent="ord_sub_row" style="shape=partialRectangle;connectable=0;fillColor=none;top=0;left=0;bottom=0;right=0;align=left;spacingLeft=6;overflow=hidden;" value="subtotal — Total sebelum pajak" vertex="1">
          <mxGeometry height="30" width="230" x="40" as="geometry">
            <mxRectangle height="30" width="230" as="alternateBounds" />
          </mxGeometry>
        </mxCell>
        <mxCell id="ord_tot_row" parent="tbl_orders" style="shape=tableRow;horizontal=0;startSize=0;swimlaneHead=0;swimlaneBody=0;fillColor=none;collapsible=0;dropTarget=0;points=[[0,0.5],[1,0.5]];portConstraint=eastwest;" value="" vertex="1">
          <mxGeometry height="30" width="270" y="246" as="geometry" />
        </mxCell>
        <mxCell id="os3" parent="ord_tot_row" style="shape=partialRectangle;connectable=0;fillColor=none;top=0;left=0;bottom=0;right=0;overflow=hidden;" value="" vertex="1">
          <mxGeometry height="30" width="40" as="geometry">
            <mxRectangle height="30" width="40" as="alternateBounds" />
          </mxGeometry>
        </mxCell>
        <mxCell id="os3b" parent="ord_tot_row" style="shape=partialRectangle;connectable=0;fillColor=none;top=0;left=0;bottom=0;right=0;align=left;spacingLeft=6;overflow=hidden;" value="total — Grand total" vertex="1">
          <mxGeometry height="30" width="230" x="40" as="geometry">
            <mxRectangle height="30" width="230" as="alternateBounds" />
          </mxGeometry>
        </mxCell>
        <mxCell id="ord_ts_row" parent="tbl_orders" style="shape=tableRow;horizontal=0;startSize=0;swimlaneHead=0;swimlaneBody=0;fillColor=none;collapsible=0;dropTarget=0;points=[[0,0.5],[1,0.5]];portConstraint=eastwest;" value="" vertex="1">
          <mxGeometry height="30" width="270" y="276" as="geometry" />
        </mxCell>
        <mxCell id="os4" parent="ord_ts_row" style="shape=partialRectangle;connectable=0;fillColor=none;top=0;left=0;bottom=0;right=0;overflow=hidden;" value="" vertex="1">
          <mxGeometry height="30" width="40" as="geometry">
            <mxRectangle height="30" width="40" as="alternateBounds" />
          </mxGeometry>
        </mxCell>
        <mxCell id="os4b" parent="ord_ts_row" style="shape=partialRectangle;connectable=0;fillColor=none;top=0;left=0;bottom=0;right=0;align=left;spacingLeft=6;overflow=hidden;" value="created_at, updated_at, deleted_at" vertex="1">
          <mxGeometry height="30" width="230" x="40" as="geometry">
            <mxRectangle height="30" width="230" as="alternateBounds" />
          </mxGeometry>
        </mxCell>
        <mxCell id="tbl_order_items" parent="1" style="shape=table;startSize=36;container=1;collapsible=0;childLayout=tableLayout;fixedRows=1;rowLines=0;fontStyle=1;align=center;resizeLast=1;html=1;fillColor=#f8cecc;strokeColor=#b85450;fontColor=#1C1917;fontSize=12;" value="order_items — Detail Produk per PO" vertex="1">
          <mxGeometry height="246" width="270" x="760" y="580" as="geometry" />
        </mxCell>
        <mxCell id="oi_id_row" parent="tbl_order_items" style="shape=tableRow;horizontal=0;startSize=0;swimlaneHead=0;swimlaneBody=0;fillColor=#f5f5f5;collapsible=0;dropTarget=0;points=[[0,0.5],[1,0.5]];portConstraint=eastwest;top=0;left=0;right=0;bottom=1;" value="" vertex="1">
          <mxGeometry height="30" width="270" y="36" as="geometry" />
        </mxCell>
        <mxCell id="oi_pk" parent="oi_id_row" style="shape=partialRectangle;connectable=0;fillColor=#f5f5f5;top=0;left=0;bottom=0;right=0;fontStyle=1;overflow=hidden;fontColor=#1C1917;" value="PK" vertex="1">
          <mxGeometry height="30" width="40" as="geometry">
            <mxRectangle height="30" width="40" as="alternateBounds" />
          </mxGeometry>
        </mxCell>
        <mxCell id="oi_pk_val" parent="oi_id_row" style="shape=partialRectangle;connectable=0;fillColor=#f5f5f5;top=0;left=0;bottom=0;right=0;align=left;spacingLeft=6;overflow=hidden;fontColor=#1C1917;" value="id — bigint, primary key" vertex="1">
          <mxGeometry height="30" width="230" x="40" as="geometry">
            <mxRectangle height="30" width="230" as="alternateBounds" />
          </mxGeometry>
        </mxCell>
        <mxCell id="oi_oid_row" parent="tbl_order_items" style="shape=tableRow;horizontal=0;startSize=0;swimlaneHead=0;swimlaneBody=0;fillColor=#fff2cc;collapsible=0;dropTarget=0;points=[[0,0.5],[1,0.5]];portConstraint=eastwest;" value="" vertex="1">
          <mxGeometry height="30" width="270" y="66" as="geometry" />
        </mxCell>
        <mxCell id="oifk1" parent="oi_oid_row" style="shape=partialRectangle;connectable=0;fillColor=#fff2cc;top=0;left=0;bottom=0;right=0;fontStyle=1;overflow=hidden;fontColor=#b85450;" value="FK" vertex="1">
          <mxGeometry height="30" width="40" as="geometry">
            <mxRectangle height="30" width="40" as="alternateBounds" />
          </mxGeometry>
        </mxCell>
        <mxCell id="oifk1b" parent="oi_oid_row" style="shape=partialRectangle;connectable=0;fillColor=#fff2cc;top=0;left=0;bottom=0;right=0;align=left;spacingLeft=6;overflow=hidden;fontColor=#b85450;" value="order_id → orders.id" vertex="1">
          <mxGeometry height="30" width="230" x="40" as="geometry">
            <mxRectangle height="30" width="230" as="alternateBounds" />
          </mxGeometry>
        </mxCell>
        <mxCell id="oi_pid_row" parent="tbl_order_items" style="shape=tableRow;horizontal=0;startSize=0;swimlaneHead=0;swimlaneBody=0;fillColor=#fff2cc;collapsible=0;dropTarget=0;points=[[0,0.5],[1,0.5]];portConstraint=eastwest;" value="" vertex="1">
          <mxGeometry height="30" width="270" y="96" as="geometry" />
        </mxCell>
        <mxCell id="oifk2" parent="oi_pid_row" style="shape=partialRectangle;connectable=0;fillColor=#fff2cc;top=0;left=0;bottom=0;right=0;fontStyle=1;overflow=hidden;fontColor=#b85450;" value="FK" vertex="1">
          <mxGeometry height="30" width="40" as="geometry">
            <mxRectangle height="30" width="40" as="alternateBounds" />
          </mxGeometry>
        </mxCell>
        <mxCell id="oifk2b" parent="oi_pid_row" style="shape=partialRectangle;connectable=0;fillColor=#fff2cc;top=0;left=0;bottom=0;right=0;align=left;spacingLeft=6;overflow=hidden;fontColor=#b85450;" value="product_id → products.id" vertex="1">
          <mxGeometry height="30" width="230" x="40" as="geometry">
            <mxRectangle height="30" width="230" as="alternateBounds" />
          </mxGeometry>
        </mxCell>
        <mxCell id="oi_qty_row" parent="tbl_order_items" style="shape=tableRow;horizontal=0;startSize=0;swimlaneHead=0;swimlaneBody=0;fillColor=none;collapsible=0;dropTarget=0;points=[[0,0.5],[1,0.5]];portConstraint=eastwest;" value="" vertex="1">
          <mxGeometry height="30" width="270" y="126" as="geometry" />
        </mxCell>
        <mxCell id="oiq1" parent="oi_qty_row" style="shape=partialRectangle;connectable=0;fillColor=none;top=0;left=0;bottom=0;right=0;overflow=hidden;" value="" vertex="1">
          <mxGeometry height="30" width="40" as="geometry">
            <mxRectangle height="30" width="40" as="alternateBounds" />
          </mxGeometry>
        </mxCell>
        <mxCell id="oiq1b" parent="oi_qty_row" style="shape=partialRectangle;connectable=0;fillColor=none;top=0;left=0;bottom=0;right=0;align=left;spacingLeft=6;overflow=hidden;" value="qty — Jumlah dipesan" vertex="1">
          <mxGeometry height="30" width="230" x="40" as="geometry">
            <mxRectangle height="30" width="230" as="alternateBounds" />
          </mxGeometry>
        </mxCell>
        <mxCell id="oi_up_row" parent="tbl_order_items" style="shape=tableRow;horizontal=0;startSize=0;swimlaneHead=0;swimlaneBody=0;fillColor=none;collapsible=0;dropTarget=0;points=[[0,0.5],[1,0.5]];portConstraint=eastwest;" value="" vertex="1">
          <mxGeometry height="30" width="270" y="156" as="geometry" />
        </mxCell>
        <mxCell id="oiq2" parent="oi_up_row" style="shape=partialRectangle;connectable=0;fillColor=none;top=0;left=0;bottom=0;right=0;overflow=hidden;" value="" vertex="1">
          <mxGeometry height="30" width="40" as="geometry">
            <mxRectangle height="30" width="40" as="alternateBounds" />
          </mxGeometry>
        </mxCell>
        <mxCell id="oiq2b" parent="oi_up_row" style="shape=partialRectangle;connectable=0;fillColor=none;top=0;left=0;bottom=0;right=0;align=left;spacingLeft=6;overflow=hidden;" value="unit_price — Harga saat order" vertex="1">
          <mxGeometry height="30" width="230" x="40" as="geometry">
            <mxRectangle height="30" width="230" as="alternateBounds" />
          </mxGeometry>
        </mxCell>
        <mxCell id="oi_sub_row" parent="tbl_order_items" style="shape=tableRow;horizontal=0;startSize=0;swimlaneHead=0;swimlaneBody=0;fillColor=none;collapsible=0;dropTarget=0;points=[[0,0.5],[1,0.5]];portConstraint=eastwest;" value="" vertex="1">
          <mxGeometry height="30" width="270" y="186" as="geometry" />
        </mxCell>
        <mxCell id="oiq3" parent="oi_sub_row" style="shape=partialRectangle;connectable=0;fillColor=none;top=0;left=0;bottom=0;right=0;overflow=hidden;" value="" vertex="1">
          <mxGeometry height="30" width="40" as="geometry">
            <mxRectangle height="30" width="40" as="alternateBounds" />
          </mxGeometry>
        </mxCell>
        <mxCell id="oiq3b" parent="oi_sub_row" style="shape=partialRectangle;connectable=0;fillColor=none;top=0;left=0;bottom=0;right=0;align=left;spacingLeft=6;overflow=hidden;" value="subtotal — qty x unit_price" vertex="1">
          <mxGeometry height="30" width="230" x="40" as="geometry">
            <mxRectangle height="30" width="230" as="alternateBounds" />
          </mxGeometry>
        </mxCell>
        <mxCell id="tbl_stock_ledger" parent="1" style="shape=table;startSize=36;container=1;collapsible=0;childLayout=tableLayout;fixedRows=1;rowLines=0;fontStyle=1;align=center;resizeLast=1;html=1;fillColor=#d5e8d4;strokeColor=#82b366;fontColor=#1C1917;fontSize=12;" value="stock_ledger — Jurnal Keluar Masuk Stok" vertex="1">
          <mxGeometry height="276" width="270" x="60" y="520" as="geometry" />
        </mxCell>
        <mxCell id="sl_id_row" parent="tbl_stock_ledger" style="shape=tableRow;horizontal=0;startSize=0;swimlaneHead=0;swimlaneBody=0;fillColor=#f5f5f5;collapsible=0;dropTarget=0;points=[[0,0.5],[1,0.5]];portConstraint=eastwest;top=0;left=0;right=0;bottom=1;" value="" vertex="1">
          <mxGeometry height="30" width="270" y="36" as="geometry" />
        </mxCell>
        <mxCell id="sl_pk" parent="sl_id_row" style="shape=partialRectangle;connectable=0;fillColor=#f5f5f5;top=0;left=0;bottom=0;right=0;fontStyle=1;overflow=hidden;fontColor=#1C1917;" value="PK" vertex="1">
          <mxGeometry height="30" width="40" as="geometry">
            <mxRectangle height="30" width="40" as="alternateBounds" />
          </mxGeometry>
        </mxCell>
        <mxCell id="sl_pk_val" parent="sl_id_row" style="shape=partialRectangle;connectable=0;fillColor=#f5f5f5;top=0;left=0;bottom=0;right=0;align=left;spacingLeft=6;overflow=hidden;fontColor=#1C1917;" value="id — bigint, primary key" vertex="1">
          <mxGeometry height="30" width="230" x="40" as="geometry">
            <mxRectangle height="30" width="230" as="alternateBounds" />
          </mxGeometry>
        </mxCell>
        <mxCell id="sl_pid_row" parent="tbl_stock_ledger" style="shape=tableRow;horizontal=0;startSize=0;swimlaneHead=0;swimlaneBody=0;fillColor=#fff2cc;collapsible=0;dropTarget=0;points=[[0,0.5],[1,0.5]];portConstraint=eastwest;" value="" vertex="1">
          <mxGeometry height="30" width="270" y="66" as="geometry" />
        </mxCell>
        <mxCell id="slfk1" parent="sl_pid_row" style="shape=partialRectangle;connectable=0;fillColor=#fff2cc;top=0;left=0;bottom=0;right=0;fontStyle=1;overflow=hidden;fontColor=#b85450;" value="FK" vertex="1">
          <mxGeometry height="30" width="40" as="geometry">
            <mxRectangle height="30" width="40" as="alternateBounds" />
          </mxGeometry>
        </mxCell>
        <mxCell id="slfk1b" parent="sl_pid_row" style="shape=partialRectangle;connectable=0;fillColor=#fff2cc;top=0;left=0;bottom=0;right=0;align=left;spacingLeft=6;overflow=hidden;fontColor=#b85450;" value="product_id → products.id" vertex="1">
          <mxGeometry height="30" width="230" x="40" as="geometry">
            <mxRectangle height="30" width="230" as="alternateBounds" />
          </mxGeometry>
        </mxCell>
        <mxCell id="sl_cb_row" parent="tbl_stock_ledger" style="shape=tableRow;horizontal=0;startSize=0;swimlaneHead=0;swimlaneBody=0;fillColor=#fff2cc;collapsible=0;dropTarget=0;points=[[0,0.5],[1,0.5]];portConstraint=eastwest;" value="" vertex="1">
          <mxGeometry height="30" width="270" y="96" as="geometry" />
        </mxCell>
        <mxCell id="slfk2" parent="sl_cb_row" style="shape=partialRectangle;connectable=0;fillColor=#fff2cc;top=0;left=0;bottom=0;right=0;fontStyle=1;overflow=hidden;fontColor=#b85450;" value="FK" vertex="1">
          <mxGeometry height="30" width="40" as="geometry">
            <mxRectangle height="30" width="40" as="alternateBounds" />
          </mxGeometry>
        </mxCell>
        <mxCell id="slfk2b" parent="sl_cb_row" style="shape=partialRectangle;connectable=0;fillColor=#fff2cc;top=0;left=0;bottom=0;right=0;align=left;spacingLeft=6;overflow=hidden;fontColor=#b85450;" value="created_by → users.id" vertex="1">
          <mxGeometry height="30" width="230" x="40" as="geometry">
            <mxRectangle height="30" width="230" as="alternateBounds" />
          </mxGeometry>
        </mxCell>
        <mxCell id="sl_tp_row" parent="tbl_stock_ledger" style="shape=tableRow;horizontal=0;startSize=0;swimlaneHead=0;swimlaneBody=0;fillColor=none;collapsible=0;dropTarget=0;points=[[0,0.5],[1,0.5]];portConstraint=eastwest;" value="" vertex="1">
          <mxGeometry height="30" width="270" y="126" as="geometry" />
        </mxCell>
        <mxCell id="sl1" parent="sl_tp_row" style="shape=partialRectangle;connectable=0;fillColor=none;top=0;left=0;bottom=0;right=0;overflow=hidden;" value="" vertex="1">
          <mxGeometry height="30" width="40" as="geometry">
            <mxRectangle height="30" width="40" as="alternateBounds" />
          </mxGeometry>
        </mxCell>
        <mxCell id="sl1b" parent="sl_tp_row" style="shape=partialRectangle;connectable=0;fillColor=none;top=0;left=0;bottom=0;right=0;align=left;spacingLeft=6;overflow=hidden;" value="type — in / out" vertex="1">
          <mxGeometry height="30" width="230" x="40" as="geometry">
            <mxRectangle height="30" width="230" as="alternateBounds" />
          </mxGeometry>
        </mxCell>
        <mxCell id="sl_qty_row" parent="tbl_stock_ledger" style="shape=tableRow;horizontal=0;startSize=0;swimlaneHead=0;swimlaneBody=0;fillColor=none;collapsible=0;dropTarget=0;points=[[0,0.5],[1,0.5]];portConstraint=eastwest;" value="" vertex="1">
          <mxGeometry height="30" width="270" y="156" as="geometry" />
        </mxCell>
        <mxCell id="sl2" parent="sl_qty_row" style="shape=partialRectangle;connectable=0;fillColor=none;top=0;left=0;bottom=0;right=0;overflow=hidden;" value="" vertex="1">
          <mxGeometry height="30" width="40" as="geometry">
            <mxRectangle height="30" width="40" as="alternateBounds" />
          </mxGeometry>
        </mxCell>
        <mxCell id="sl2b" parent="sl_qty_row" style="shape=partialRectangle;connectable=0;fillColor=none;top=0;left=0;bottom=0;right=0;align=left;spacingLeft=6;overflow=hidden;" value="qty — Jumlah unit" vertex="1">
          <mxGeometry height="30" width="230" x="40" as="geometry">
            <mxRectangle height="30" width="230" as="alternateBounds" />
          </mxGeometry>
        </mxCell>
        <mxCell id="sl_ref_row" parent="tbl_stock_ledger" style="shape=tableRow;horizontal=0;startSize=0;swimlaneHead=0;swimlaneBody=0;fillColor=none;collapsible=0;dropTarget=0;points=[[0,0.5],[1,0.5]];portConstraint=eastwest;" value="" vertex="1">
          <mxGeometry height="30" width="270" y="186" as="geometry" />
        </mxCell>
        <mxCell id="sl3" parent="sl_ref_row" style="shape=partialRectangle;connectable=0;fillColor=none;top=0;left=0;bottom=0;right=0;overflow=hidden;" value="" vertex="1">
          <mxGeometry height="30" width="40" as="geometry">
            <mxRectangle height="30" width="40" as="alternateBounds" />
          </mxGeometry>
        </mxCell>
        <mxCell id="sl3b" parent="sl_ref_row" style="shape=partialRectangle;connectable=0;fillColor=none;top=0;left=0;bottom=0;right=0;align=left;spacingLeft=6;overflow=hidden;" value="reference — No PO / manual" vertex="1">
          <mxGeometry height="30" width="230" x="40" as="geometry">
            <mxRectangle height="30" width="230" as="alternateBounds" />
          </mxGeometry>
        </mxCell>
        <mxCell id="sl_ts_row" parent="tbl_stock_ledger" style="shape=tableRow;horizontal=0;startSize=0;swimlaneHead=0;swimlaneBody=0;fillColor=none;collapsible=0;dropTarget=0;points=[[0,0.5],[1,0.5]];portConstraint=eastwest;" value="" vertex="1">
          <mxGeometry height="30" width="270" y="216" as="geometry" />
        </mxCell>
        <mxCell id="sl4" parent="sl_ts_row" style="shape=partialRectangle;connectable=0;fillColor=none;top=0;left=0;bottom=0;right=0;overflow=hidden;" value="" vertex="1">
          <mxGeometry height="30" width="40" as="geometry">
            <mxRectangle height="30" width="40" as="alternateBounds" />
          </mxGeometry>
        </mxCell>
        <mxCell id="sl4b" parent="sl_ts_row" style="shape=partialRectangle;connectable=0;fillColor=none;top=0;left=0;bottom=0;right=0;align=left;spacingLeft=6;overflow=hidden;" value="note, created_at" vertex="1">
          <mxGeometry height="30" width="230" x="40" as="geometry">
            <mxRectangle height="30" width="230" as="alternateBounds" />
          </mxGeometry>
        </mxCell>
-         <mxCell id="rel1" edge="1" parent="1" source="companies_id" style="edgeStyle=orthogonalEdgeStyle;endArrow=ERmany;startArrow=ERone;exitX=1;exitY=0.5;entryX=0;entryY=0.5;html=1;strokeColor=#6c8ebf;" target="users_cid_row">
+         <mxCell id="rel1" edge="1" parent="1" source="companies_id" style="edgeStyle=orthogonalEdgeStyle;endArrow=ERmany;startArrow=ERone;exitX=1;exitY=0.5;entryX=0;entryY=0.5;html=1;" target="users_cid_row">
          <mxGeometry relative="1" as="geometry" />
        </mxCell>
        <mxCell id="rel1_lbl" connectable="0" parent="rel1" style="edgeLabel;html=1;align=center;verticalAlign=bottom;resizable=0;points=[];fontSize=10;fontColor=#6c8ebf;" value="1 perusahaan punya banyak user" vertex="1">
          <mxGeometry relative="0.5" as="geometry" />
        </mxCell>
-         <mxCell id="rel2" edge="1" parent="1" source="companies_id" style="edgeStyle=orthogonalEdgeStyle;endArrow=ERmany;startArrow=ERone;exitX=1;exitY=0.5;entryX=0;entryY=0.5;html=1;strokeColor=#d6b656;" target="ord_did_row">
+         <mxCell id="rel2" edge="1" parent="1" source="companies_id" style="edgeStyle=orthogonalEdgeStyle;endArrow=ERmany;startArrow=ERone;exitX=1;exitY=0.5;entryX=0;entryY=0.5;html=1;" target="ord_did_row">
          <mxGeometry relative="1" as="geometry" />
        </mxCell>
        <mxCell id="rel2_lbl" connectable="0" parent="rel2" style="edgeLabel;html=1;align=center;verticalAlign=bottom;resizable=0;points=[];fontSize=10;fontColor=#d6b656;" value="1 distributor terima banyak order" vertex="1">
          <mxGeometry relative="0.5" as="geometry" />
        </mxCell>
-         <mxCell id="rel3" edge="1" parent="1" source="users_id_row" style="edgeStyle=orthogonalEdgeStyle;endArrow=ERmany;startArrow=ERone;exitX=1;exitY=0.5;entryX=0;entryY=0.5;html=1;strokeColor=#82b366;" target="ord_rid_row">
-           <mxGeometry relative="1" as="geometry" />
+         <mxCell id="rel3" edge="1" parent="1" source="users_id_row" style="edgeStyle=orthogonalEdgeStyle;endArrow=ERmany;startArrow=ERone;exitX=1;exitY=0.5;entryX=0;entryY=0.5;html=1;" target="ord_rid_row">
+           <mxGeometry relative="1" as="geometry">
+             <Array as="points">
+               <mxPoint x="670" y="141" />
+               <mxPoint x="670" y="450" />
+               <mxPoint x="390" y="450" />
+               <mxPoint x="390" y="631" />
+             </Array>
+           </mxGeometry>
        </mxCell>
        <mxCell id="rel3_lbl" connectable="0" parent="rel3" style="edgeLabel;html=1;align=center;verticalAlign=bottom;resizable=0;points=[];fontSize=10;fontColor=#82b366;" value="1 reseller buat banyak order" vertex="1">
          <mxGeometry relative="0.5" as="geometry" />
        </mxCell>
-         <mxCell id="rel4" edge="1" parent="1" source="ord_id_row" style="edgeStyle=orthogonalEdgeStyle;endArrow=ERmany;startArrow=ERone;exitX=1;exitY=0.5;entryX=0;entryY=0.5;html=1;strokeColor=#b85450;" target="oi_oid_row">
+         <mxCell id="rel4" edge="1" parent="1" source="ord_id_row" style="edgeStyle=orthogonalEdgeStyle;endArrow=ERmany;startArrow=ERone;exitX=1;exitY=0.5;entryX=0;entryY=0.5;html=1;" target="oi_oid_row">
          <mxGeometry relative="1" as="geometry" />
        </mxCell>
        <mxCell id="rel4_lbl" connectable="0" parent="rel4" style="edgeLabel;html=1;align=center;verticalAlign=bottom;resizable=0;points=[];fontSize=10;fontColor=#b85450;" value="1 order punya banyak item" vertex="1">
          <mxGeometry relative="0.5" as="geometry" />
        </mxCell>
-         <mxCell id="rel5" edge="1" parent="1" source="prod_id_row" style="edgeStyle=orthogonalEdgeStyle;endArrow=ERmany;startArrow=ERone;exitX=0;exitY=0.5;entryX=1;entryY=0.5;html=1;strokeColor=#9673a6;" target="oi_pid_row">
-           <mxGeometry relative="1" as="geometry" />
+         <mxCell id="rel5" edge="1" parent="1" source="prod_id_row" style="edgeStyle=orthogonalEdgeStyle;endArrow=ERmany;startArrow=ERone;exitX=0;exitY=0.5;entryX=1;entryY=0.5;html=1;" target="oi_pid_row">
+           <mxGeometry relative="1" as="geometry">
+             <Array as="points">
+               <mxPoint x="750" y="141" />
+               <mxPoint x="750" y="530" />
+               <mxPoint x="1040" y="530" />
+               <mxPoint x="1040" y="691" />
+             </Array>
+           </mxGeometry>
        </mxCell>
        <mxCell id="rel5_lbl" connectable="0" parent="rel5" style="edgeLabel;html=1;align=center;verticalAlign=bottom;resizable=0;points=[];fontSize=10;fontColor=#9673a6;" value="1 produk masuk banyak order item" vertex="1">
          <mxGeometry relative="0.5" as="geometry" />
        </mxCell>
-         <mxCell id="rel6" edge="1" parent="1" source="prod_id_row" style="edgeStyle=orthogonalEdgeStyle;endArrow=ERmany;startArrow=ERone;exitX=0;exitY=0.5;entryX=1;entryY=0.5;html=1;strokeColor=#82b366;" target="sl_pid_row">
-           <mxGeometry relative="1" as="geometry" />
+         <mxCell id="rel6" edge="1" parent="1" source="prod_id_row" style="edgeStyle=orthogonalEdgeStyle;endArrow=ERmany;startArrow=ERone;exitX=0;exitY=0.5;entryX=1;entryY=0.5;html=1;" target="sl_pid_row">
+           <mxGeometry relative="1" as="geometry">
+             <Array as="points">
+               <mxPoint x="700" y="141" />
+               <mxPoint x="700" y="470" />
+               <mxPoint x="380" y="470" />
+               <mxPoint x="380" y="601" />
+             </Array>
+           </mxGeometry>
        </mxCell>
        <mxCell id="rel6_lbl" connectable="0" parent="rel6" style="edgeLabel;html=1;align=center;verticalAlign=bottom;resizable=0;points=[];fontSize=10;fontColor=#82b366;" value="1 produk punya banyak catatan stok" vertex="1">
          <mxGeometry relative="0.5" as="geometry" />
        </mxCell>
-         <mxCell id="rel7" edge="1" parent="1" source="users_id_row" style="edgeStyle=orthogonalEdgeStyle;endArrow=ERmany;startArrow=ERone;exitX=0;exitY=0.5;entryX=1;entryY=0.5;html=1;strokeColor=#82b366;" target="sl_cb_row">
+         <mxCell id="rel7" edge="1" parent="1" source="users_id_row" style="edgeStyle=orthogonalEdgeStyle;endArrow=ERmany;startArrow=ERone;exitX=0;exitY=0.5;entryX=1;entryY=0.5;html=1;" target="sl_cb_row">
          <mxGeometry relative="1" as="geometry" />
        </mxCell>
        <mxCell id="rel7_lbl" connectable="0" parent="rel7" style="edgeLabel;html=1;align=center;verticalAlign=bottom;resizable=0;points=[];fontSize=10;fontColor=#82b366;" value="1 user bisa catat banyak stok" vertex="1">
          <mxGeometry relative="0.5" as="geometry" />
        </mxCell>
      </root>
    </mxGraphModel>
  </diagram>
</mxfile>
